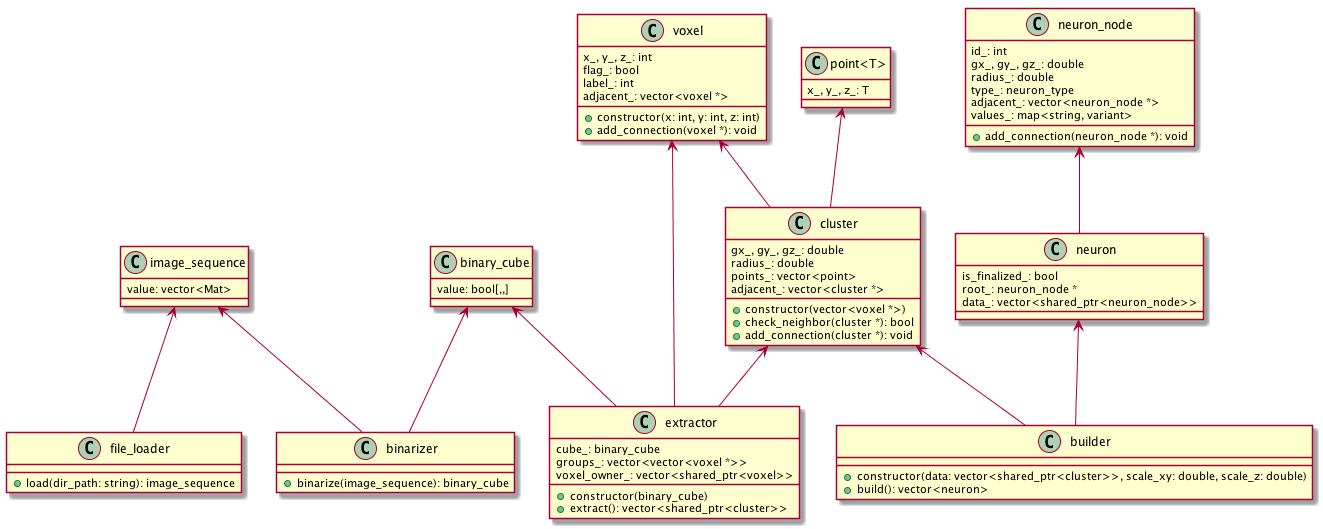
arosh/Vaa3D-SIGEN keeps this PlantUML diagram as doc/class.png. Above is the earlier version.
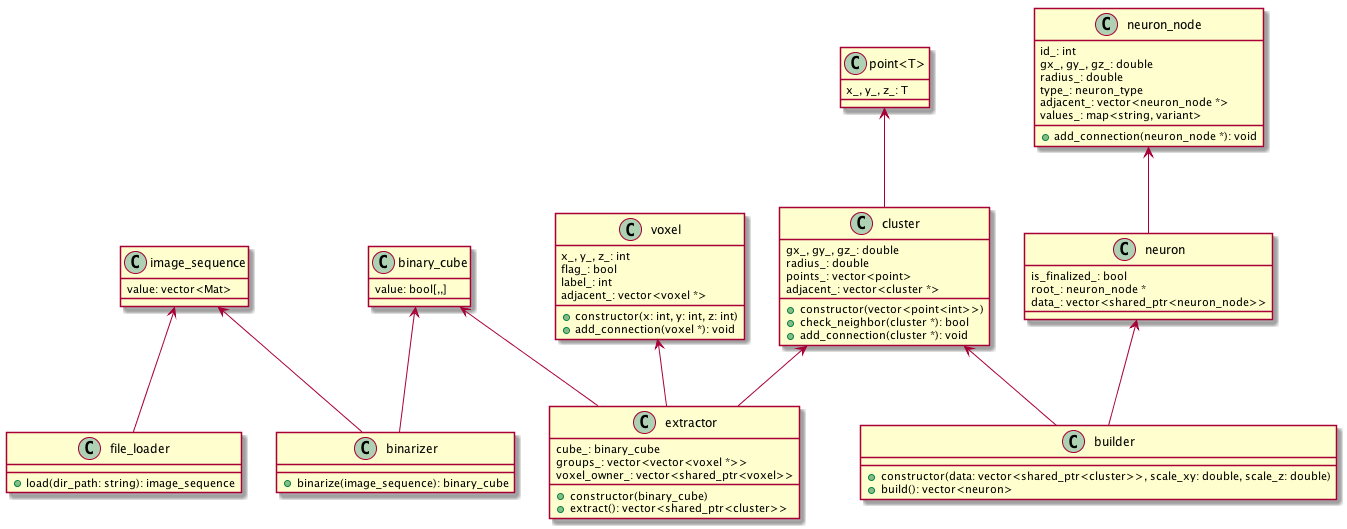
The same diagram one commit later.

Commit message:
use point instead of voxel

The edit, as a diff of the source:
```diff
@@ -31,7 +31,7 @@
   radius_: double
   points_: vector<point>
   adjacent_: vector<cluster *>
-  +constructor(vector<voxel *>)
+  +constructor(vector<point<int>>)
   +check_neighbor(cluster *): bool
   +add_connection(cluster *): void
 }
@@ -62,7 +62,6 @@
 binary_cube <-- extractor
 voxel <-- extractor
 cluster <-- extractor
-voxel <-- cluster
 neuron_node <-- neuron
 neuron <-- builder
 cluster <-- builder
```
